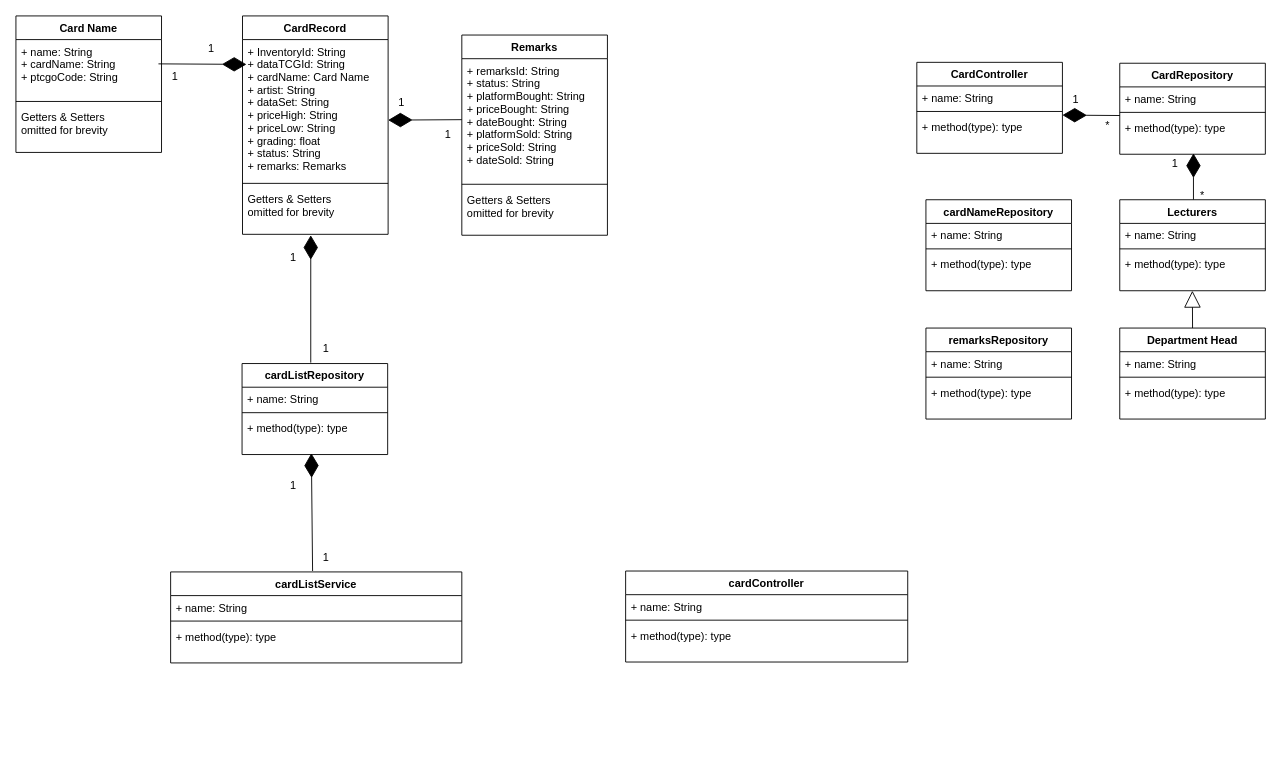
Before: page "Hansen_qn2_ClassDia" (7 of 12) of Hansen.drawio in Leow0069/TFIP-Capstone, a draw.io diagram. Source tidied: cells renumbered, new cells numbered last; positions are measured from the earlier drawing's top-left corner, leaving out a move shared by most shapes. Both pictures are drawn from the tidied source at 91%, with x=0, y=0 at pixel (15, 15).
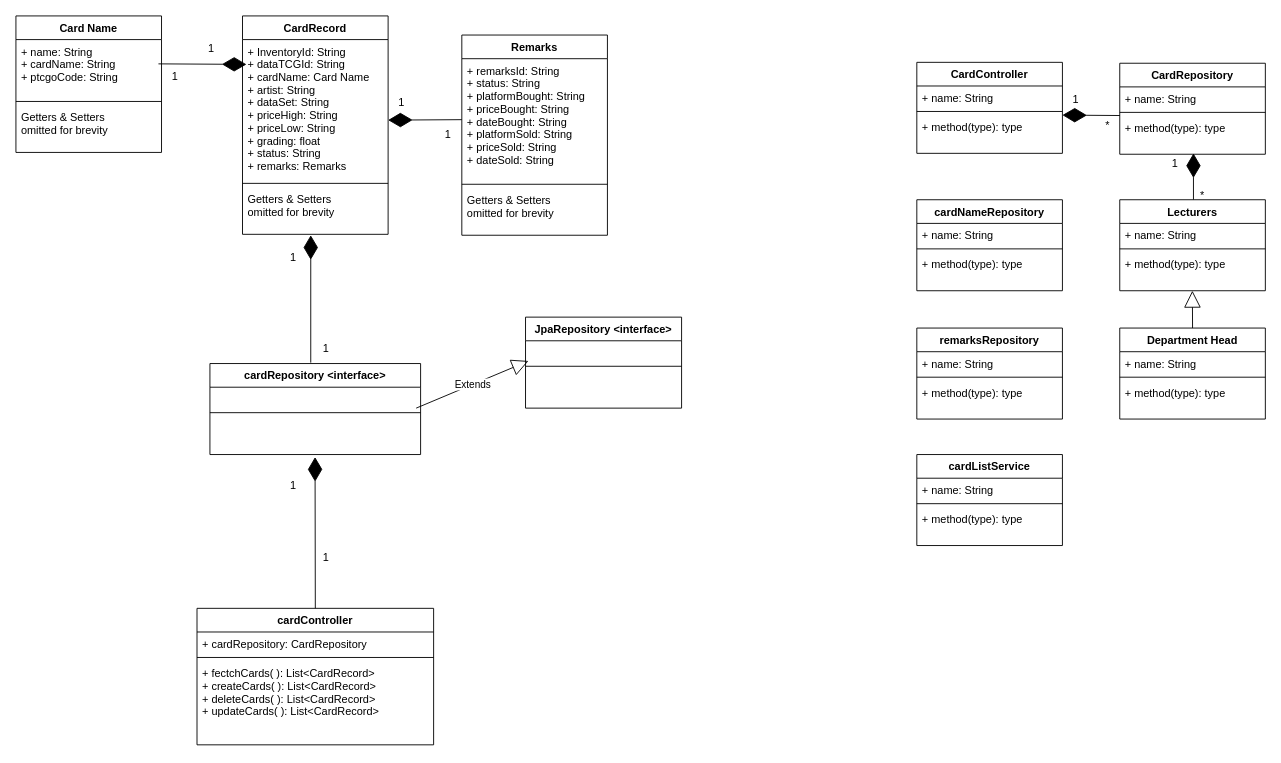
After the change.

Unchanged cells that the change refers to:
```xml
<mxCell id="67" value="1" style="text;html=1;strokeColor=none;fillColor=none;align=center;verticalAlign=middle;whiteSpace=wrap;rounded=0;" parent="1" vertex="1">
  <mxGeometry x="326" y="580" width="30" height="30" as="geometry" />
</mxCell>
```

Diff of the diagram source:
```diff
@@
     <mxCell id="29" value="cardNameRepository" style="swimlane;fontStyle=1;align=center;verticalAlign=top;horizontal=1;startSize=26;" parent="1" vertex="1">
-      <mxGeometry x="1000" y="202" width="160" height="100" as="geometry" />
+      <mxGeometry x="990" y="202" width="160" height="100" as="geometry" />
     </mxCell>
@@
-    <mxCell id="45" value="cardListRepository" style="swimlane;fontStyle=1;align=center;verticalAlign=top;horizontal=1;startSize=26;" parent="1" vertex="1">
-      <mxGeometry x="248.5" y="382" width="160" height="100" as="geometry" />
+    <mxCell id="45" value="cardRepository &lt;interface&gt;" style="swimlane;fontStyle=1;align=center;verticalAlign=top;horizontal=1;startSize=26;" parent="1" vertex="1">
+      <mxGeometry x="213.2" y="382" width="231.5" height="100" as="geometry" />
     </mxCell>
-    <mxCell id="46" value="+ name: String" style="text;strokeColor=none;fillColor=none;align=left;verticalAlign=top;spacingLeft=4;spacingRight=4;overflow=hidden;points=[[0,0.5],[1,0.5]];portConstraint=eastwest;" parent="45" vertex="1">
-      <mxGeometry y="26" width="160" height="24" as="geometry" />
+    <mxCell id="46" value=" &#10; " style="text;strokeColor=none;fillColor=none;align=left;verticalAlign=top;spacingLeft=4;spacingRight=4;overflow=hidden;points=[[0,0.5],[1,0.5]];portConstraint=eastwest;" parent="45" vertex="1">
+      <mxGeometry y="26" width="231.5" height="24" as="geometry" />
     </mxCell>
     <mxCell id="47" style="line;strokeWidth=1;fillColor=none;align=left;verticalAlign=middle;spacingTop=-1;spacingLeft=3;spacingRight=3;labelPosition=right;strokeColor=inherit;" parent="45" vertex="1">
-      <mxGeometry y="50" width="160" height="8" as="geometry" />
+      <mxGeometry y="50" width="231.5" height="8" as="geometry" />
     </mxCell>
-    <mxCell id="48" value="+ method(type): type" style="text;strokeColor=none;fillColor=none;align=left;verticalAlign=top;spacingLeft=4;spacingRight=4;overflow=hidden;points=[[0,0.5],[1,0.5]];portConstraint=eastwest;" parent="45" vertex="1">
-      <mxGeometry y="58" width="160" height="42" as="geometry" />
+    <mxCell id="48" value=" " style="text;strokeColor=none;fillColor=none;align=left;verticalAlign=top;spacingLeft=4;spacingRight=4;overflow=hidden;points=[[0,0.5],[1,0.5]];portConstraint=eastwest;" parent="45" vertex="1">
+      <mxGeometry y="58" width="231.5" height="42" as="geometry" />
     </mxCell>
     <mxCell id="49" value="remarksRepository" style="swimlane;fontStyle=1;align=center;verticalAlign=top;horizontal=1;startSize=26;" parent="1" vertex="1">
-      <mxGeometry x="1000" y="343" width="160" height="100" as="geometry" />
+      <mxGeometry x="990" y="343" width="160" height="100" as="geometry" />
     </mxCell>
@@
     <mxCell id="58" value="cardListService" style="swimlane;fontStyle=1;align=center;verticalAlign=top;horizontal=1;startSize=26;" parent="1" vertex="1">
-      <mxGeometry x="170" y="611" width="320" height="100" as="geometry" />
+      <mxGeometry x="990" y="482" width="160" height="100" as="geometry" />
     </mxCell>
     <mxCell id="59" value="+ name: String" style="text;strokeColor=none;fillColor=none;align=left;verticalAlign=top;spacingLeft=4;spacingRight=4;overflow=hidden;" parent="58" vertex="1">
-      <mxGeometry y="26" width="320" height="24" as="geometry" />
+      <mxGeometry y="26" width="160" height="24" as="geometry" />
     </mxCell>
     <mxCell id="60" style="line;strokeWidth=1;fillColor=none;align=left;verticalAlign=middle;spacingTop=-1;spacingLeft=3;spacingRight=3;labelPosition=right;strokeColor=inherit;" parent="58" vertex="1">
-      <mxGeometry y="50" width="320" height="8" as="geometry" />
+      <mxGeometry y="50" width="160" height="8" as="geometry" />
     </mxCell>
     <mxCell id="61" value="+ method(type): type" style="text;strokeColor=none;fillColor=none;align=left;verticalAlign=top;spacingLeft=4;spacingRight=4;overflow=hidden;" parent="58" vertex="1">
-      <mxGeometry y="58" width="320" height="42" as="geometry" />
+      <mxGeometry y="58" width="160" height="42" as="geometry" />
     </mxCell>
     <mxCell id="62" value="cardController" style="swimlane;fontStyle=1;align=center;verticalAlign=top;horizontal=1;startSize=26;" parent="1" vertex="1">
-      <mxGeometry x="670" y="610" width="310" height="100" as="geometry" />
+      <mxGeometry x="199" y="651" width="260" height="150" as="geometry" />
     </mxCell>
-    <mxCell id="63" value="+ name: String" style="text;strokeColor=none;fillColor=none;align=left;verticalAlign=top;spacingLeft=4;spacingRight=4;overflow=hidden;" parent="62" vertex="1">
-      <mxGeometry y="26" width="310" height="24" as="geometry" />
+    <mxCell id="63" value="+ cardRepository: CardRepository" style="text;strokeColor=none;fillColor=none;align=left;verticalAlign=top;spacingLeft=4;spacingRight=4;overflow=hidden;" parent="62" vertex="1">
+      <mxGeometry y="26" width="260" height="24" as="geometry" />
     </mxCell>
     <mxCell id="64" style="line;strokeWidth=1;fillColor=none;align=left;verticalAlign=middle;spacingTop=-1;spacingLeft=3;spacingRight=3;labelPosition=right;strokeColor=inherit;" parent="62" vertex="1">
-      <mxGeometry y="50" width="310" height="8" as="geometry" />
+      <mxGeometry y="50" width="260" height="8" as="geometry" />
     </mxCell>
-    <mxCell id="65" value="+ method(type): type" style="text;strokeColor=none;fillColor=none;align=left;verticalAlign=top;spacingLeft=4;spacingRight=4;overflow=hidden;" parent="62" vertex="1">
-      <mxGeometry y="58" width="310" height="42" as="geometry" />
+    <mxCell id="65" value="+ fectchCards( ): List&lt;CardRecord&gt;&#10;+ createCards( ): List&lt;CardRecord&gt;&#10;+ deleteCards( ): List&lt;CardRecord&gt;&#10;+ updateCards( ): List&lt;CardRecord&gt;" style="text;strokeColor=none;fillColor=none;align=left;verticalAlign=top;spacingLeft=4;spacingRight=4;overflow=hidden;" parent="62" vertex="1">
+      <mxGeometry y="58" width="260" height="92" as="geometry" />
     </mxCell>
-    <mxCell id="66" style="endArrow=diamondThin;endFill=1;endSize=24;html=1;rounded=0;jumpStyle=none;jumpSize=22;exitX=0;exitY=1;exitDx=0;exitDy=0;entryX=0.476;entryY=0.968;entryDx=0;entryDy=0;entryPerimeter=0;" parent="1" edge="1" source="67" target="48">
+    <mxCell id="66" style="endArrow=diamondThin;endFill=1;endSize=24;html=1;rounded=0;jumpStyle=none;jumpSize=22;exitX=0.5;exitY=0;exitDx=0;exitDy=0;entryX=0.499;entryY=1.067;entryDx=0;entryDy=0;entryPerimeter=0;" parent="1" edge="1" source="62" target="48">
       <mxGeometry relative="1" as="geometry" />
     </mxCell>
@@
+    <mxCell id="69" value="JpaRepository &lt;interface&gt;" style="swimlane;fontStyle=1;align=center;verticalAlign=top;horizontal=1;startSize=26;" parent="1" vertex="1">
+      <mxGeometry x="560" y="331" width="171.5" height="100" as="geometry" />
+    </mxCell>
+    <mxCell id="70" value=" &#10; " style="text;strokeColor=none;fillColor=none;align=left;verticalAlign=top;spacingLeft=4;spacingRight=4;overflow=hidden;points=[[0,0.5],[1,0.5]];portConstraint=eastwest;" parent="69" vertex="1">
+      <mxGeometry y="26" width="171.5" height="24" as="geometry" />
+    </mxCell>
+    <mxCell id="71" style="line;strokeWidth=1;fillColor=none;align=left;verticalAlign=middle;spacingTop=-1;spacingLeft=3;spacingRight=3;labelPosition=right;strokeColor=inherit;" parent="69" vertex="1">
+      <mxGeometry y="50" width="171.5" height="8" as="geometry" />
+    </mxCell>
+    <mxCell id="72" value=" " style="text;strokeColor=none;fillColor=none;align=left;verticalAlign=top;spacingLeft=4;spacingRight=4;overflow=hidden;" parent="69" vertex="1">
+      <mxGeometry y="58" width="171.5" height="42" as="geometry" />
+    </mxCell>
+    <mxCell id="73" value="Extends" style="endArrow=block;endSize=16;endFill=0;html=1;rounded=0;entryX=0.019;entryY=0.925;entryDx=0;entryDy=0;entryPerimeter=0;exitX=0.979;exitY=0.958;exitDx=0;exitDy=0;exitPerimeter=0;" parent="1" edge="1" source="46" target="70">
+      <mxGeometry relative="1" as="geometry" />
+    </mxCell>
```
